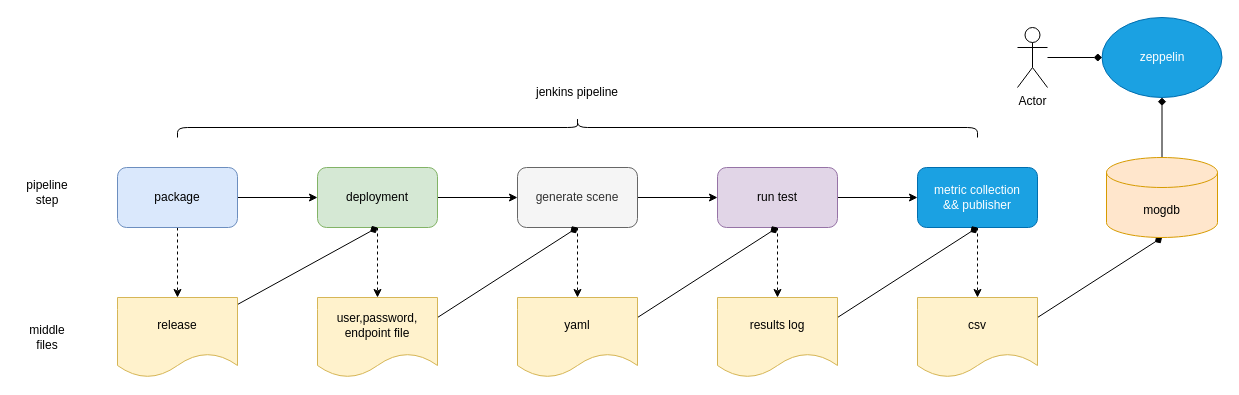
Above: perftestframework.drawio in clemenza/czha-ip-router (draw.io), before the change. Source tidied: cells renumbered, new cells numbered last; positions are measured from the earlier drawing's top-left corner, leaving out a move shared by most shapes. Both pictures are drawn from the tidied source at 100%, with x=0, y=0 at pixel (17, -273).
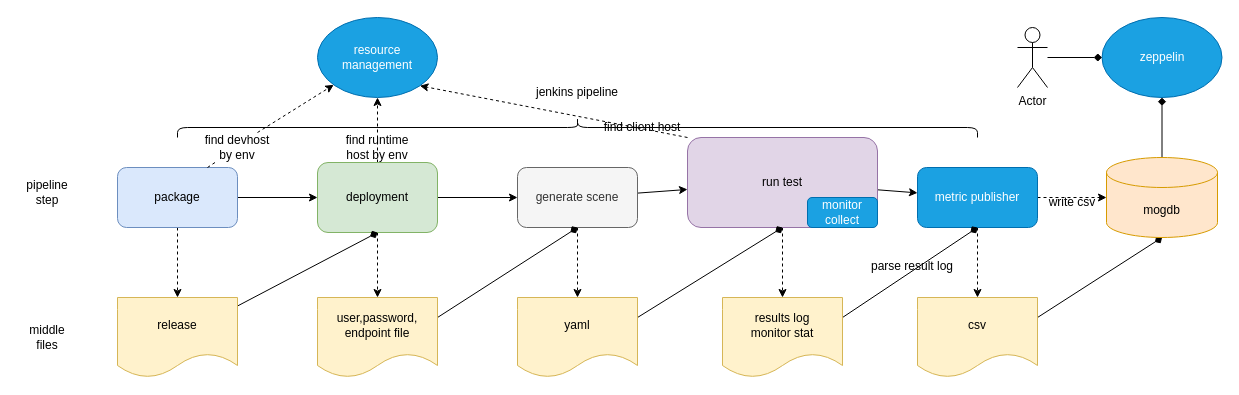
Above is the later version.

The change refers to these unchanged cells:
```xml
<mxCell id="4" value="package" style="rounded=1;whiteSpace=wrap;html=1;fillColor=#dae8fc;strokeColor=#6c8ebf;" parent="1" vertex="1">
  <mxGeometry x="100" y="440" width="120" height="60" as="geometry" />
</mxCell>
<mxCell id="27" value="mogdb" style="shape=cylinder3;whiteSpace=wrap;html=1;boundedLbl=1;backgroundOutline=1;size=15;fillColor=#ffe6cc;strokeColor=#d79b00;" parent="1" vertex="1">
  <mxGeometry x="1089" y="430" width="111" height="80" as="geometry" />
</mxCell>
```

The edit, as a diff of the source:
```diff
@@
+    <mxCell id="35" style="edgeStyle=none;rounded=0;jettySize=auto;html=1;exitX=0.75;exitY=0;exitDx=0;exitDy=0;dashed=1;startArrow=none;startFill=0;endArrow=classic;endFill=1;" parent="1" edge="1" source="41" target="39">
+      <mxGeometry relative="1" as="geometry" />
+    </mxCell>
@@
+    <mxCell id="36" style="edgeStyle=none;rounded=0;jettySize=auto;html=1;entryX=0.5;entryY=1;entryDx=0;entryDy=0;dashed=1;startArrow=none;startFill=0;endArrow=classic;endFill=1;" parent="1" edge="1" source="7" target="39">
+      <mxGeometry relative="1" as="geometry" />
+    </mxCell>
     <mxCell id="7" value="deployment" style="whiteSpace=wrap;html=1;rounded=1;fillColor=#d5e8d4;strokeColor=#82b366;" parent="1" vertex="1">
-      <mxGeometry x="300" y="440" width="120" height="60" as="geometry" />
+      <mxGeometry x="300" y="435" width="120" height="70" as="geometry" />
     </mxCell>
@@
+    <mxCell id="37" style="edgeStyle=none;rounded=0;jettySize=auto;html=1;exitX=0;exitY=0;exitDx=0;exitDy=0;entryX=1;entryY=1;entryDx=0;entryDy=0;dashed=1;startArrow=none;startFill=0;endArrow=classic;endFill=1;" parent="1" edge="1" source="13" target="39">
+      <mxGeometry relative="1" as="geometry" />
+    </mxCell>
     <mxCell id="13" value="run test" style="whiteSpace=wrap;html=1;rounded=1;fillColor=#e1d5e7;strokeColor=#9673a6;" parent="1" vertex="1">
-      <mxGeometry x="700" y="440" width="120" height="60" as="geometry" />
+      <mxGeometry x="670" y="410" width="190" height="90" as="geometry" />
     </mxCell>
@@
+    <mxCell id="38" style="edgeStyle=none;rounded=0;jettySize=auto;html=1;exitX=1;exitY=0.5;exitDx=0;exitDy=0;entryX=0;entryY=0.5;entryDx=0;entryDy=0;entryPerimeter=0;dashed=1;startArrow=none;startFill=0;endArrow=classic;endFill=1;" parent="1" edge="1" source="15" target="27">
+      <mxGeometry relative="1" as="geometry" />
+    </mxCell>
-    <mxCell id="15" value="metric collection&lt;br&gt;&amp;amp;&amp;amp; publisher" style="whiteSpace=wrap;html=1;rounded=1;fillColor=#1ba1e2;fontColor=#ffffff;strokeColor=#006EAF;" parent="1" vertex="1">
+    <mxCell id="15" value="metric publisher" style="whiteSpace=wrap;html=1;rounded=1;fillColor=#1ba1e2;fontColor=#ffffff;strokeColor=#006EAF;" parent="1" vertex="1">
       <mxGeometry x="900" y="440" width="120" height="60" as="geometry" />
     </mxCell>
@@
-    <mxCell id="23" value="results log" style="shape=document;whiteSpace=wrap;html=1;boundedLbl=1;rounded=1;fillColor=#fff2cc;strokeColor=#d6b656;" parent="1" vertex="1">
-      <mxGeometry x="700" y="570" width="120" height="80" as="geometry" />
+    <mxCell id="23" value="results log&lt;br&gt;monitor stat" style="shape=document;whiteSpace=wrap;html=1;boundedLbl=1;rounded=1;fillColor=#fff2cc;strokeColor=#d6b656;" parent="1" vertex="1">
+      <mxGeometry x="705" y="570" width="120" height="80" as="geometry" />
     </mxCell>
@@
+    <mxCell id="39" value="resource management" style="ellipse;whiteSpace=wrap;html=1;fillColor=#1ba1e2;fontColor=#ffffff;strokeColor=#006EAF;" parent="1" vertex="1">
+      <mxGeometry x="300" y="290" width="120" height="80" as="geometry" />
+    </mxCell>
+    <mxCell id="40" value="find runtime host by env" style="text;html=1;strokeColor=none;fillColor=none;align=center;verticalAlign=middle;whiteSpace=wrap;rounded=0;" parent="1" vertex="1">
+      <mxGeometry x="315" y="405" width="90" height="30" as="geometry" />
+    </mxCell>
+    <mxCell id="41" value="find devhost by env" style="text;html=1;strokeColor=none;fillColor=none;align=center;verticalAlign=middle;whiteSpace=wrap;rounded=0;" parent="1" vertex="1">
+      <mxGeometry x="180" y="405" width="80" height="30" as="geometry" />
+    </mxCell>
+    <mxCell id="42" style="edgeStyle=none;rounded=0;jettySize=auto;html=1;exitX=0.75;exitY=0;exitDx=0;exitDy=0;dashed=1;startArrow=none;startFill=0;endArrow=none;endFill=1;" parent="1" edge="1" source="4" target="41">
+      <mxGeometry relative="1" as="geometry" />
+    </mxCell>
+    <mxCell id="43" value="find client host" style="text;html=1;strokeColor=none;fillColor=none;align=center;verticalAlign=middle;whiteSpace=wrap;rounded=0;" parent="1" vertex="1">
+      <mxGeometry x="580" y="385" width="90" height="30" as="geometry" />
+    </mxCell>
+    <mxCell id="44" value="parse result log" style="text;html=1;strokeColor=none;fillColor=none;align=center;verticalAlign=middle;whiteSpace=wrap;rounded=0;" parent="1" vertex="1">
+      <mxGeometry x="850" y="524" width="90" height="30" as="geometry" />
+    </mxCell>
+    <mxCell id="45" value="write csv" style="text;html=1;strokeColor=none;fillColor=none;align=center;verticalAlign=middle;whiteSpace=wrap;rounded=0;" parent="1" vertex="1">
+      <mxGeometry x="1010" y="460" width="90" height="30" as="geometry" />
+    </mxCell>
+    <mxCell id="46" value="monitor collect" style="whiteSpace=wrap;html=1;rounded=1;fillColor=#1ba1e2;fontColor=#ffffff;strokeColor=#006EAF;" parent="1" vertex="1">
+      <mxGeometry x="790" y="470" width="70" height="30" as="geometry" />
+    </mxCell>
```
